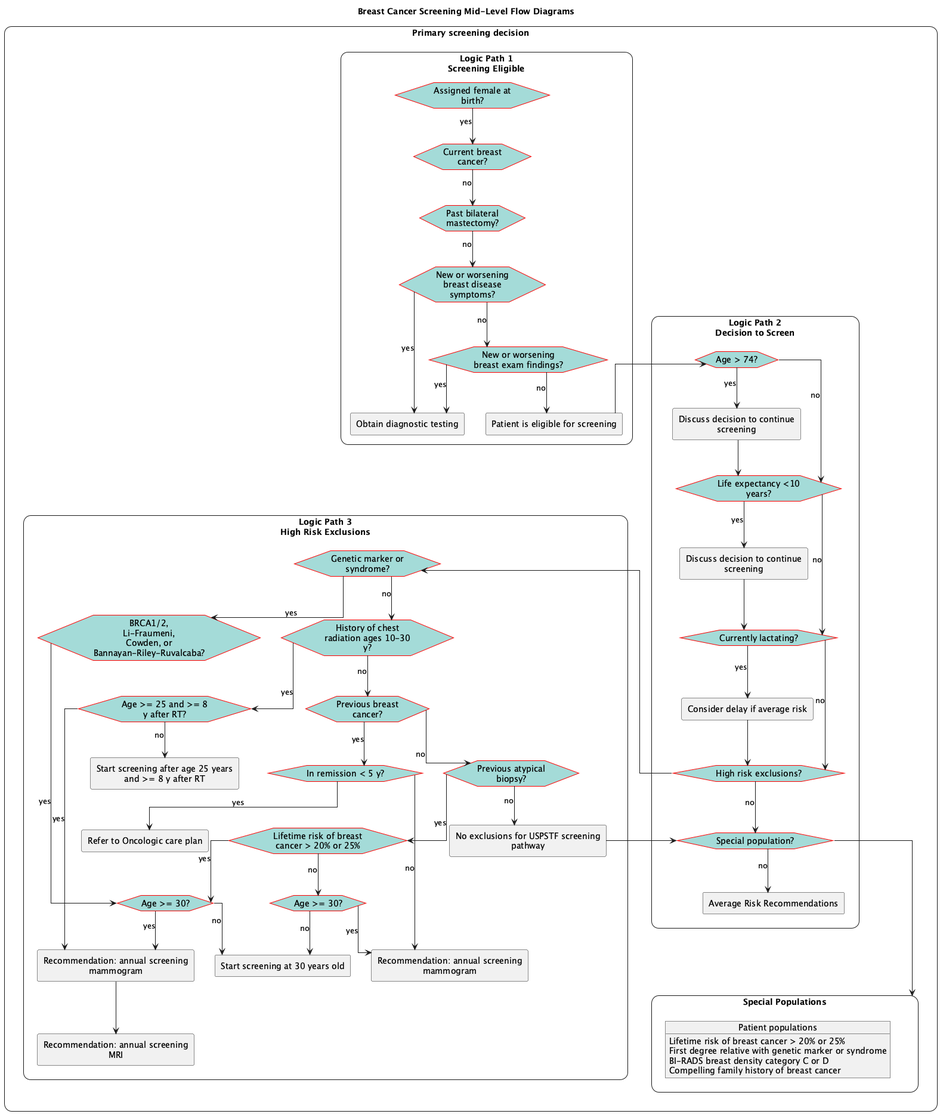
Before: images/flow-MidLevelPrimaryScreeningDecision.png, a diagram exported from PlantUML (ccsm-cds-tools/CDC-Breast-Cancer-Screening-CDS-L2).
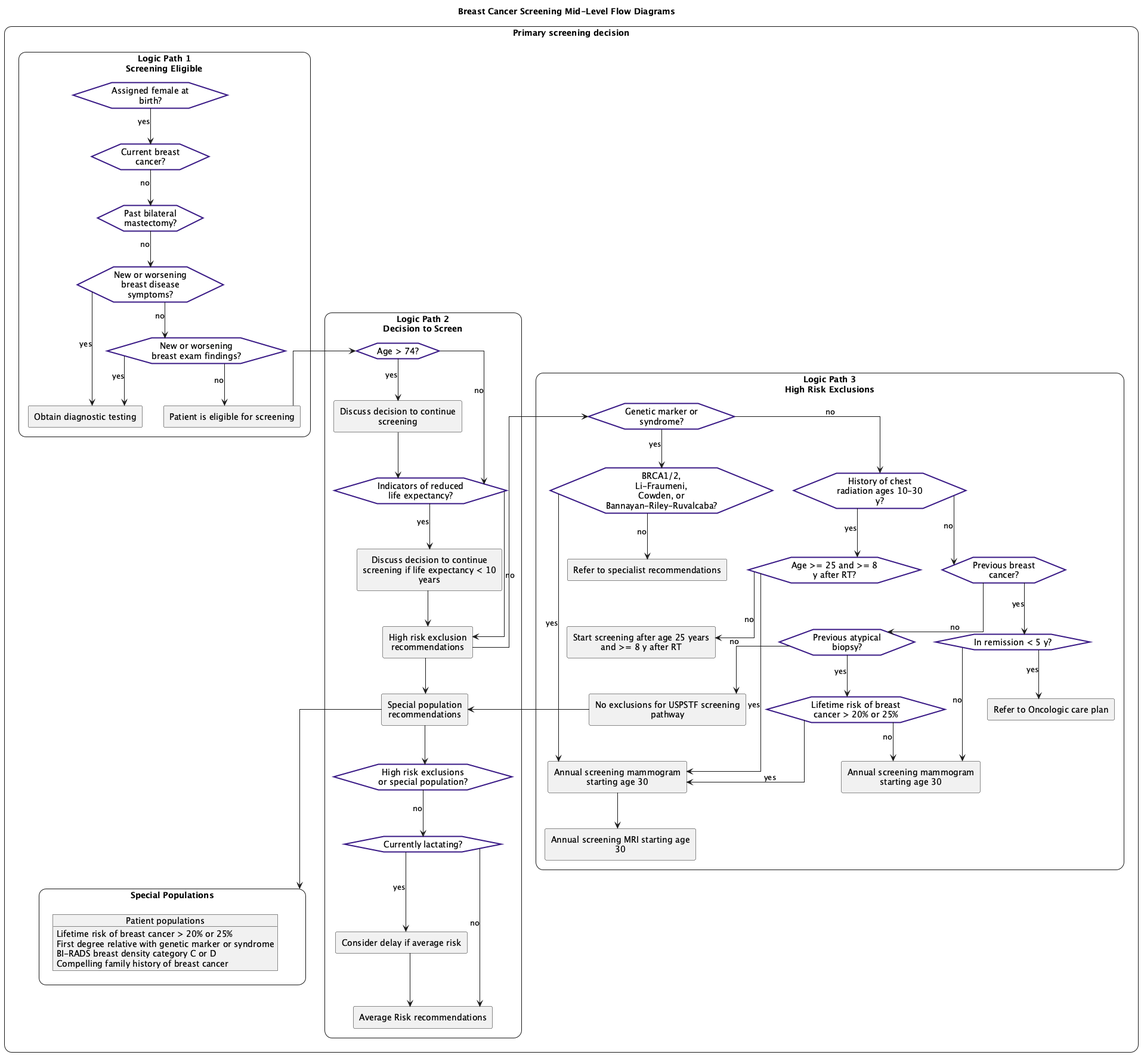
After the commit.

The edit, as a diff of the source:
```diff
@@ -39,10 +39,9 @@
     }
 
     act_eligible-up->eve_AgeOver74
-    eve_highriskexclusions-->eve_geneticrisk
-    act_noexclusions->eve_specialpop
-    eve_specialpop--down-->path_sp
-    path_2-[hidden]->path_3
+    act_highriskexclusions--left-->eve_geneticrisk
+    act_noexclusions->act_specialpop
+    act_specialpop--down-->path_sp
 
     remove <<end>>
 }
```
